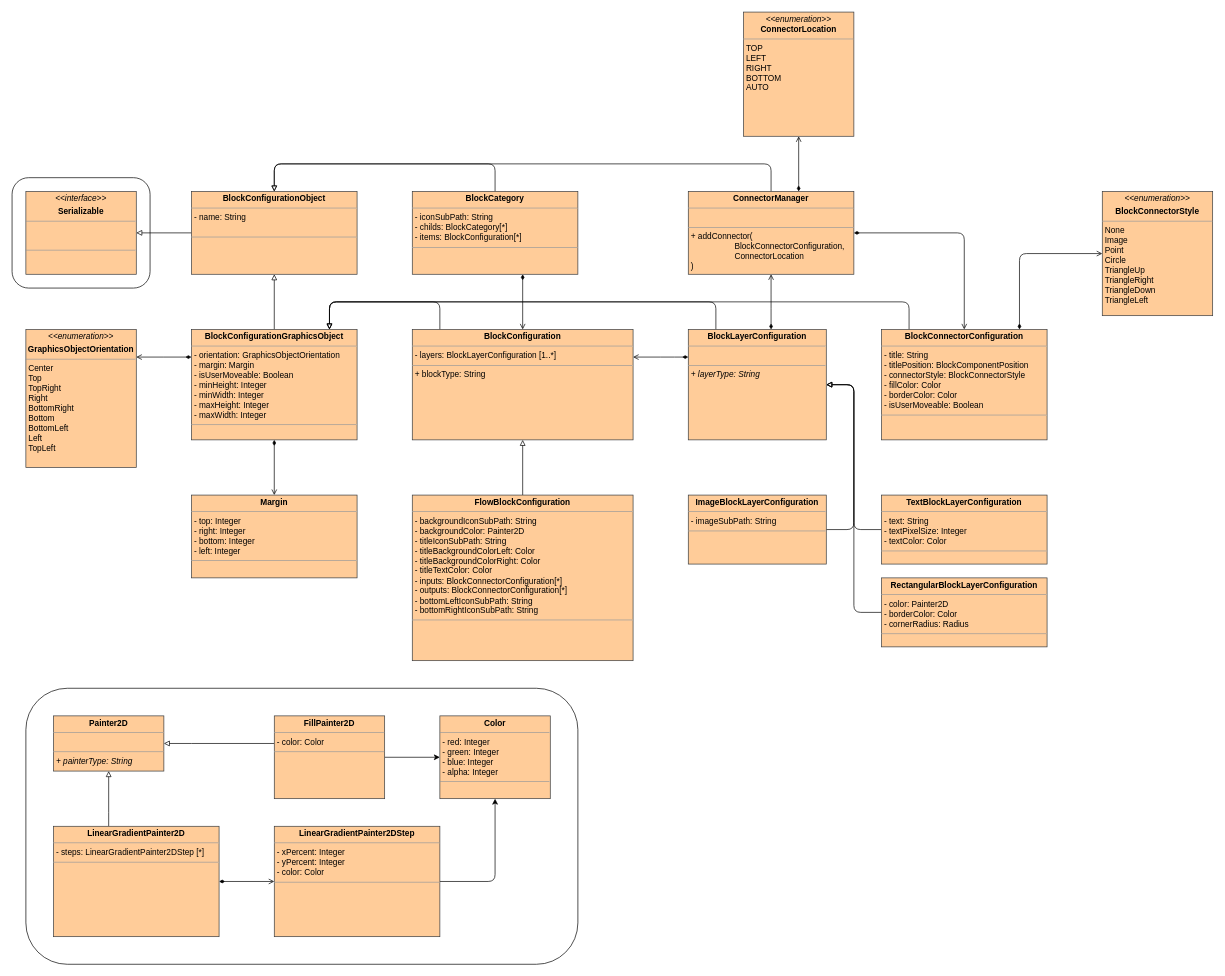
Earlier version of the draw.io diagram Documentation/Developer/block_editor/images/block_editor_api_class.drawio (OT-OpenTwin/OpenTwin). Source tidied: cells renumbered, new cells numbered last; positions are measured from the earlier drawing's top-left corner, leaving out a move shared by most shapes. Both pictures are drawn from the tidied source at 69%, with x=0, y=0 at pixel (12, 12).
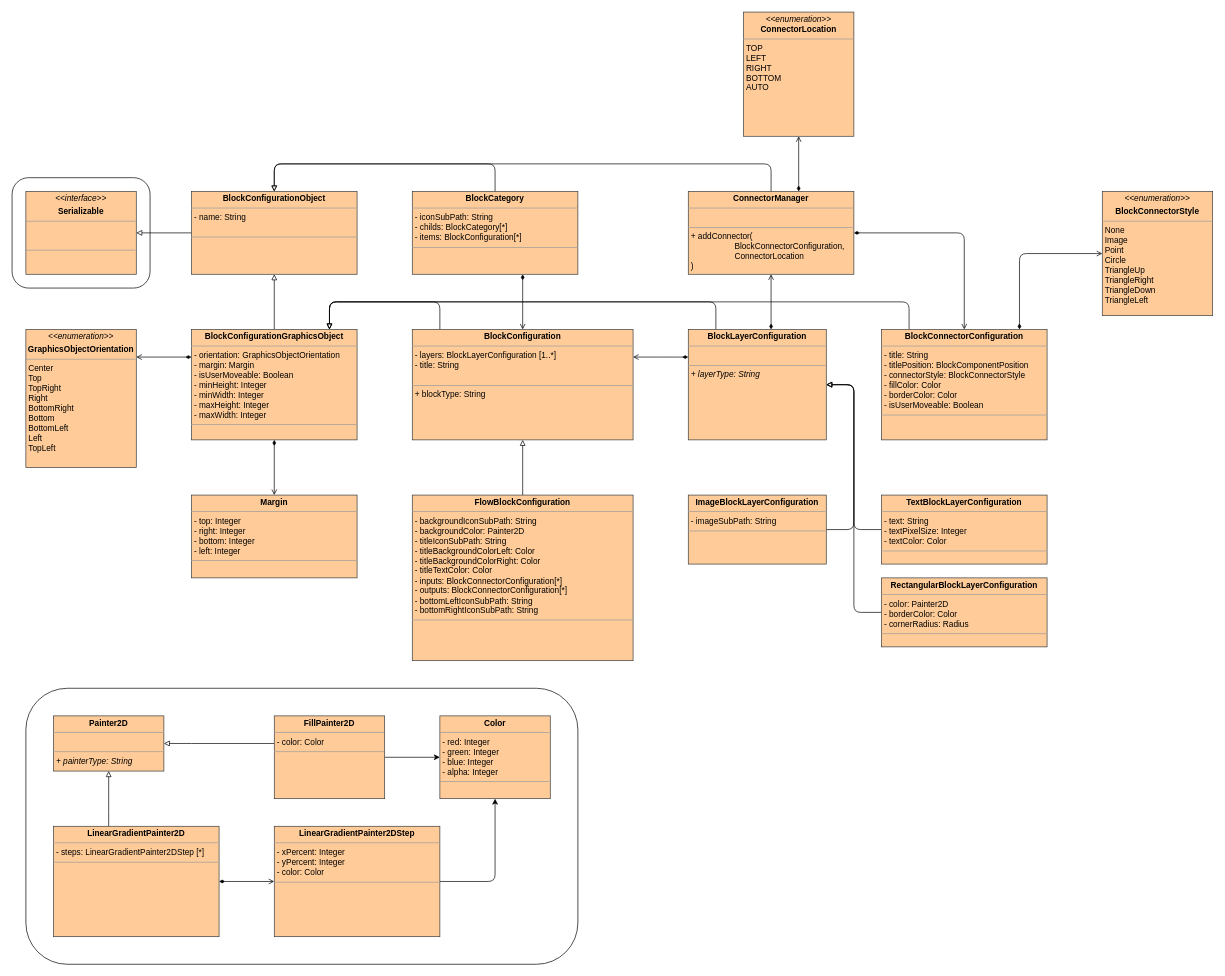
Above is the later version.

The edit, as a diff of the source:
```diff
@@
-    <mxCell id="5" value="&lt;p style=&quot;margin:0px;margin-top:4px;text-align:center;&quot;&gt;&lt;b&gt;BlockConfiguration&lt;/b&gt;&lt;/p&gt;&lt;hr size=&quot;1&quot;&gt;&lt;p style=&quot;margin:0px;margin-left:4px;&quot;&gt;&lt;span style=&quot;background-color: initial;&quot;&gt;- layers: BlockLayerConfiguration [1..*]&lt;/span&gt;&lt;/p&gt;&lt;hr size=&quot;1&quot;&gt;&lt;p style=&quot;margin:0px;margin-left:4px;&quot;&gt;+ blockType: String&lt;/p&gt;" style="verticalAlign=top;align=left;overflow=fill;fontSize=12;fontFamily=Helvetica;html=1;fillColor=#ffcc99;strokeColor=#36393d;" parent="1" vertex="1">
+    <mxCell id="5" value="&lt;p style=&quot;margin:0px;margin-top:4px;text-align:center;&quot;&gt;&lt;b&gt;BlockConfiguration&lt;/b&gt;&lt;/p&gt;&lt;hr size=&quot;1&quot;&gt;&lt;p style=&quot;margin:0px;margin-left:4px;&quot;&gt;&lt;span style=&quot;background-color: initial;&quot;&gt;- layers: BlockLayerConfiguration [1..*]&lt;/span&gt;&lt;/p&gt;&lt;p style=&quot;margin:0px;margin-left:4px;&quot;&gt;&lt;span style=&quot;background-color: initial;&quot;&gt;- title: String&lt;/span&gt;&lt;/p&gt;&lt;p style=&quot;margin:0px;margin-left:4px;&quot;&gt;&lt;/p&gt;&lt;br&gt;&lt;hr size=&quot;1&quot;&gt;&lt;p style=&quot;margin:0px;margin-left:4px;&quot;&gt;+ blockType: String&lt;/p&gt;" style="verticalAlign=top;align=left;overflow=fill;fontSize=12;fontFamily=Helvetica;html=1;fillColor=#ffcc99;strokeColor=#36393d;" parent="1" vertex="1">
       <mxGeometry x="580" y="460" width="320" height="160" as="geometry" />
     </mxCell>
```
